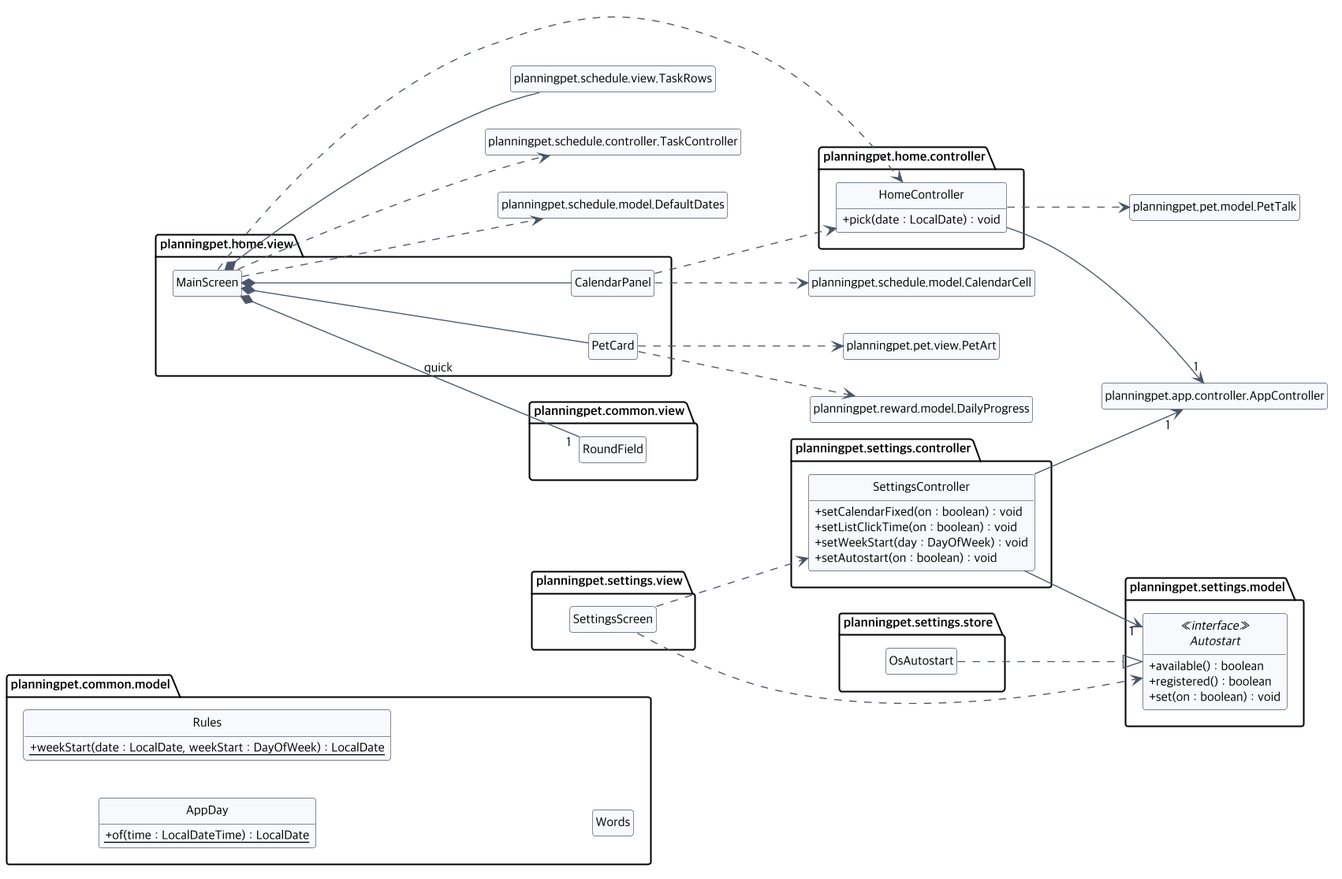
Earlier version of the PlantUML export docs/diagrams/class-home-settings.png (2026-2-software-system-design-11/planning-pet-app).
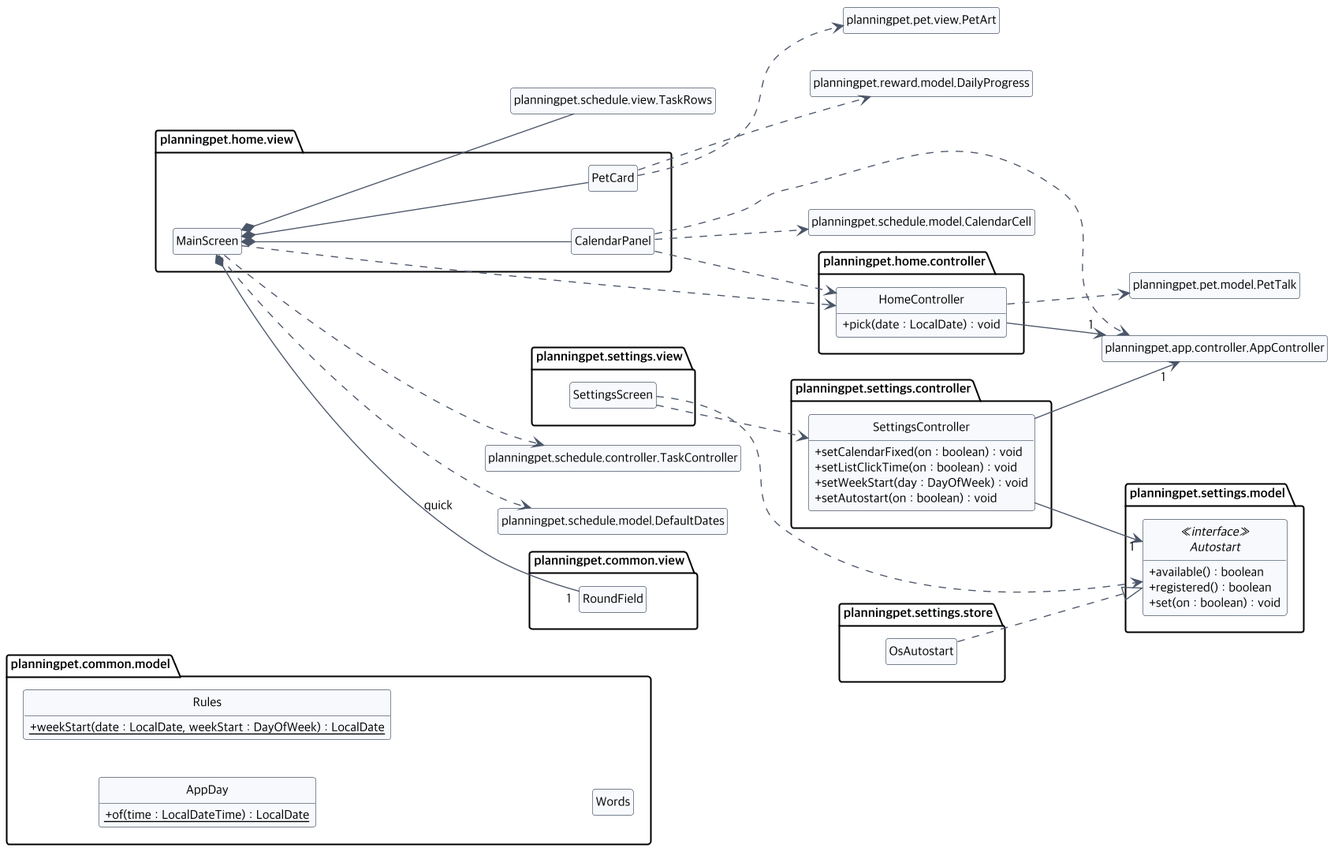
After the commit.

Commit message:
docs(home): S3h 홈 달력 누르기와 고른 날 잇기의 경계와 프로토타입 결과 적기 (#448)

Change to the diagram source:
```diff
@@ -52,6 +52,7 @@
 MainScreen ..> planningpet.schedule.controller.TaskController
 MainScreen ..> planningpet.schedule.model.DefaultDates
 CalendarPanel ..> HomeController
+CalendarPanel ..> planningpet.app.controller.AppController
 HomeController ..> planningpet.pet.model.PetTalk
 CalendarPanel ..> planningpet.schedule.model.CalendarCell
 PetCard ..> planningpet.reward.model.DailyProgress
```
